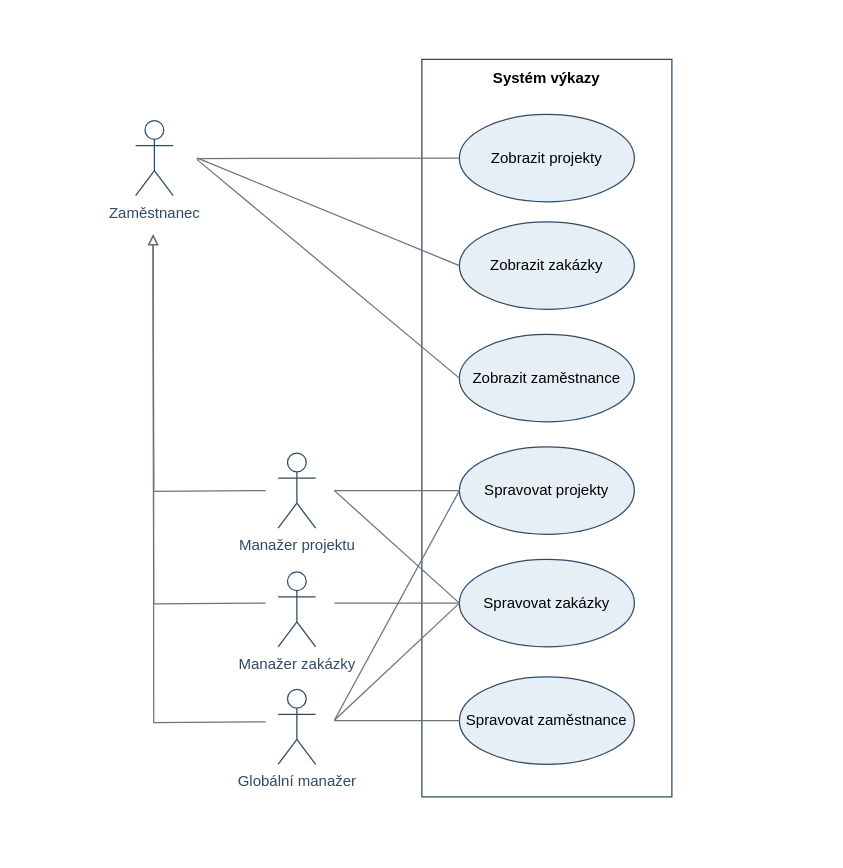
Above: OOD/bc/UseCaseDiagram.drawio in ondrejsvorc/UJEP (draw.io), before the change. Source tidied: cells renumbered, new cells numbered last; positions are measured from the earlier drawing's top-left corner, leaving out a move shared by most shapes. Both pictures are drawn from the tidied source at 125%, with x=0, y=0 at pixel (21, 21).
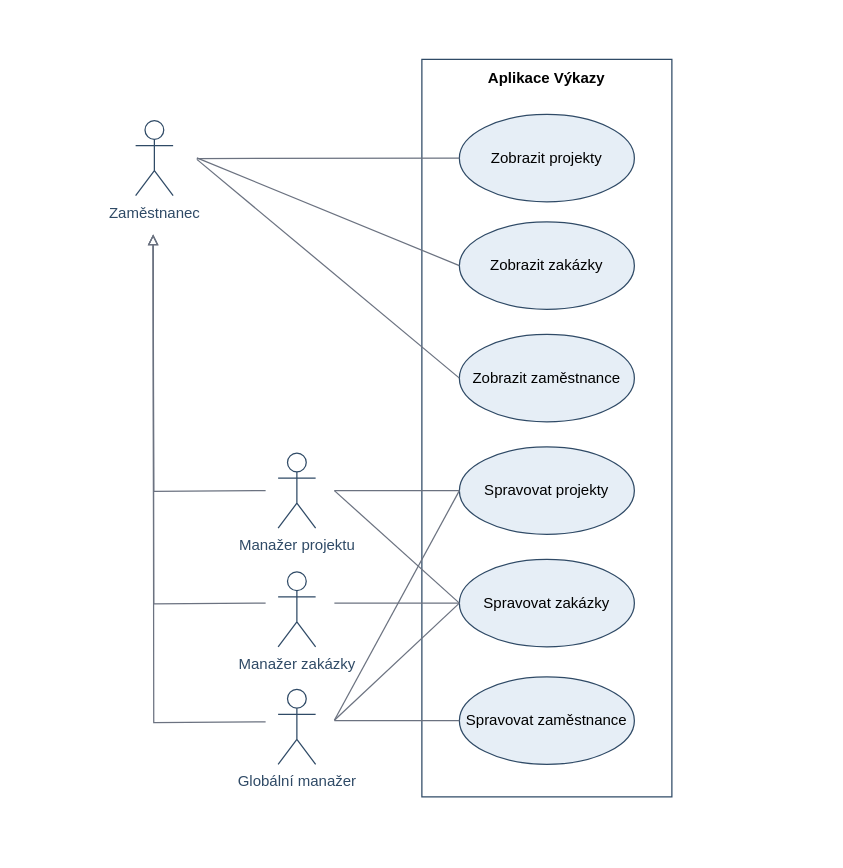
After the change.

What changed in the source:
```diff
@@
-    <mxCell id="9" value="&lt;p&gt;Systém výkazy&lt;/p&gt;" style="text;html=1;whiteSpace=wrap;strokeColor=none;fillColor=none;align=center;verticalAlign=middle;rounded=0;fontStyle=1;" parent="1" vertex="1">
+    <mxCell id="9" value="&lt;p&gt;Aplikace Výkazy&lt;/p&gt;" style="text;html=1;whiteSpace=wrap;strokeColor=none;fillColor=none;align=center;verticalAlign=middle;rounded=0;fontStyle=1;" parent="1" vertex="1">
       <mxGeometry x="250" y="30" width="340" height="30" as="geometry" />
     </mxCell>
```
